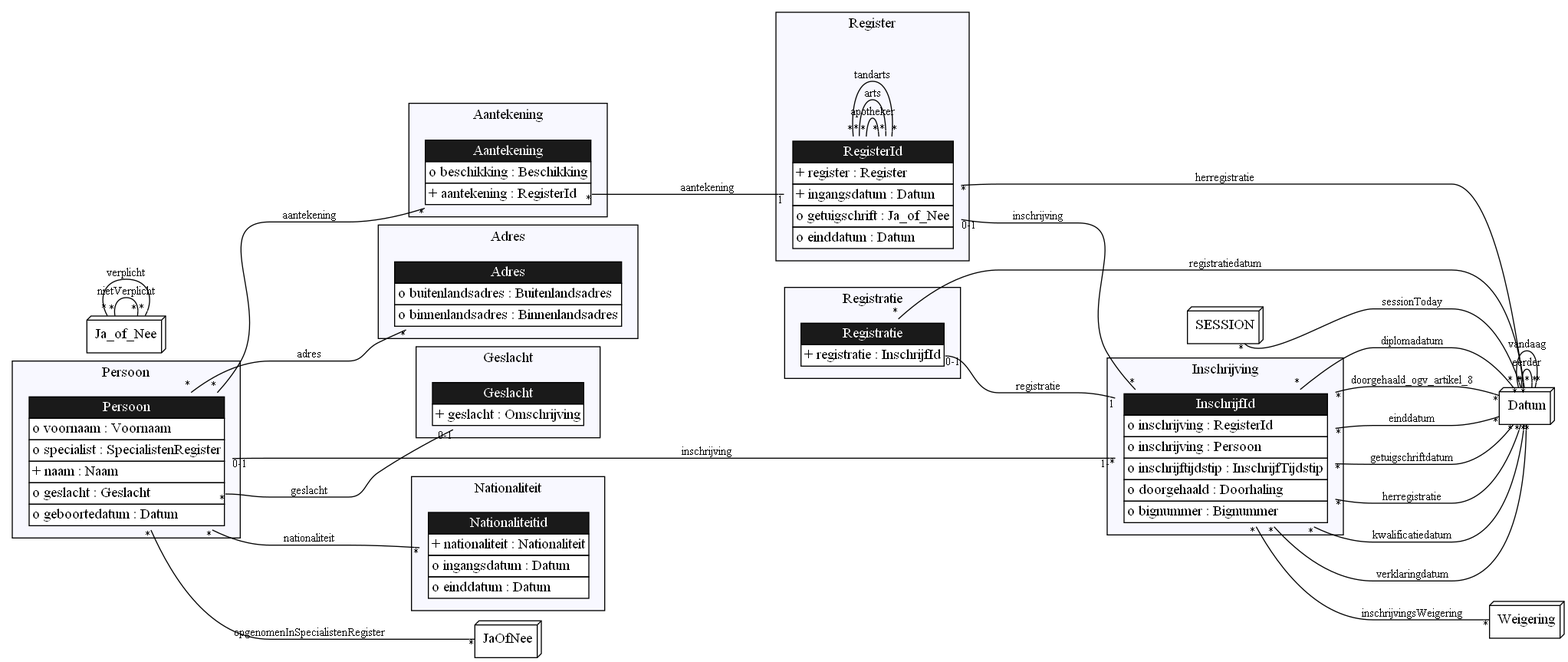
Earlier version of the Graphviz export docs/images/LogicalDataModel_Grouped_By_Pattern.png (gedelaar/BIG). Its source is kept beside it as docs/images/LogicalDataModel_Grouped_By_Pattern.gv. The source it was exported from:
```dot
digraph {
	graph [bgcolor=white,
		rankdir=LR
	];
	node [label="\N"];
	edge [fontsize=11,
		minlen=4
	];
	subgraph cluster_Inschrijving {
		graph [bgcolor=ghostwhite,
			label=Inschrijving
		];
		InschrijfId	[color=purple,
			label=<<TABLE BGCOLOR="white" COLOR="black" BORDER="0" CELLBORDER="1" CELLSPACING="0"><TR><TD BGCOLOR="gray10" COLOR="black"><FONT COLOR="white">InschrijfId</FONT></TD></TR><TR><TD ALIGN="LEFT" PORT="inschrijving">o inschrijving : RegisterId</TD></TR><TR><TD ALIGN="LEFT" PORT="inschrijving">o inschrijving : Persoon</TD></TR><TR><TD ALIGN="LEFT" PORT="inschrijftijdstip">o inschrijftijdstip : InschrijfTijdstip</TD></TR><TR><TD ALIGN="LEFT" PORT="doorgehaald">o doorgehaald : Doorhaling</TD></TR><TR><TD ALIGN="LEFT" PORT="bignummer">o bignummer : Bignummer</TD></TR></TABLE>>,
			shape=plaintext];
	}
	subgraph cluster_Aantekening {
		graph [bgcolor=ghostwhite,
			label=Aantekening
		];
		Aantekening	[color=purple,
			label=<<TABLE BGCOLOR="white" COLOR="black" BORDER="0" CELLBORDER="1" CELLSPACING="0"><TR><TD BGCOLOR="gray10" COLOR="black"><FONT COLOR="white">Aantekening</FONT></TD></TR><TR><TD ALIGN="LEFT" PORT="beschikking">o beschikking : Beschikking</TD></TR><TR><TD ALIGN="LEFT" PORT="aantekening">+ aantekening : RegisterId</TD></TR></TABLE>>,
			shape=plaintext];
	}
	subgraph cluster_Adres {
		graph [bgcolor=ghostwhite,
			label=Adres
		];
		Adres	[color=purple,
			label=<<TABLE BGCOLOR="white" COLOR="black" BORDER="0" CELLBORDER="1" CELLSPACING="0"><TR><TD BGCOLOR="gray10" COLOR="black"><FONT COLOR="white">Adres</FONT></TD></TR><TR><TD ALIGN="LEFT" PORT="buitenlandsadres">o buitenlandsadres : Buitenlandsadres</TD></TR><TR><TD ALIGN="LEFT" PORT="binnenlandsadres">o binnenlandsadres : Binnenlandsadres</TD></TR></TABLE>>,
			shape=plaintext];
	}
	subgraph cluster_Geslacht {
		graph [bgcolor=ghostwhite,
			label=Geslacht
		];
		Geslacht	[color=purple,
			label=<<TABLE BGCOLOR="white" COLOR="black" BORDER="0" CELLBORDER="1" CELLSPACING="0"><TR><TD BGCOLOR="gray10" COLOR="black"><FONT COLOR="white">Geslacht</FONT></TD></TR><TR><TD ALIGN="LEFT" PORT="geslacht">+ geslacht : Omschrijving</TD></TR></TABLE>>,
			shape=plaintext];
	}
	subgraph cluster_Register {
		graph [bgcolor=ghostwhite,
			label=Register
		];
		RegisterId	[color=purple,
			label=<<TABLE BGCOLOR="white" COLOR="black" BORDER="0" CELLBORDER="1" CELLSPACING="0"><TR><TD BGCOLOR="gray10" COLOR="black"><FONT COLOR="white">RegisterId</FONT></TD></TR><TR><TD ALIGN="LEFT" PORT="register">+ register : Register</TD></TR><TR><TD ALIGN="LEFT" PORT="ingangsdatum">+ ingangsdatum : Datum</TD></TR><TR><TD ALIGN="LEFT" PORT="getuigschrift">o getuigschrift : Ja_of_Nee</TD></TR><TR><TD ALIGN="LEFT" PORT="einddatum">o einddatum : Datum</TD></TR></TABLE>>,
			shape=plaintext];
		RegisterId:apotheker -> RegisterId	[arrowhead=onone,
			headlabel="*",
			label=apotheker,
			labelfloat=true,
			taillabel="*"];
		RegisterId:arts -> RegisterId	[arrowhead=onone,
			headlabel="*",
			label=arts,
			labelfloat=true,
			taillabel="*"];
		RegisterId:tandarts -> RegisterId	[arrowhead=onone,
			headlabel="*",
			label=tandarts,
			labelfloat=true,
			taillabel="*"];
	}
	subgraph cluster_Persoon {
		graph [bgcolor=ghostwhite,
			label=Persoon
		];
		Persoon	[color=purple,
			label=<<TABLE BGCOLOR="white" COLOR="black" BORDER="0" CELLBORDER="1" CELLSPACING="0"><TR><TD BGCOLOR="gray10" COLOR="black"><FONT COLOR="white">Persoon</FONT></TD></TR><TR><TD ALIGN="LEFT" PORT="voornaam">o voornaam : Voornaam</TD></TR><TR><TD ALIGN="LEFT" PORT="specialist">o specialist : SpecialistenRegister</TD></TR><TR><TD ALIGN="LEFT" PORT="naam">+ naam : Naam</TD></TR><TR><TD ALIGN="LEFT" PORT="geslacht">o geslacht : Geslacht</TD></TR><TR><TD ALIGN="LEFT" PORT="geboortedatum">o geboortedatum : Datum</TD></TR></TABLE>>,
			shape=plaintext];
	}
	subgraph cluster_Registratie {
		graph [bgcolor=ghostwhite,
			label=Registratie
		];
		Registratie	[color=purple,
			label=<<TABLE BGCOLOR="white" COLOR="black" BORDER="0" CELLBORDER="1" CELLSPACING="0"><TR><TD BGCOLOR="gray10" COLOR="black"><FONT COLOR="white">Registratie</FONT></TD></TR><TR><TD ALIGN="LEFT" PORT="registratie">+ registratie : InschrijfId</TD></TR></TABLE>>,
			shape=plaintext];
	}
	subgraph cluster_Nationaliteit {
		graph [bgcolor=ghostwhite,
			label=Nationaliteit
		];
		Nationaliteitid	[color=purple,
			label=<<TABLE BGCOLOR="white" COLOR="black" BORDER="0" CELLBORDER="1" CELLSPACING="0"><TR><TD BGCOLOR="gray10" COLOR="black"><FONT COLOR="white">Nationaliteitid</FONT></TD></TR><TR><TD ALIGN="LEFT" PORT="nationaliteit">+ nationaliteit : Nationaliteit</TD></TR><TR><TD ALIGN="LEFT" PORT="ingangsdatum">o ingangsdatum : Datum</TD></TR><TR><TD ALIGN="LEFT" PORT="einddatum">o einddatum : Datum</TD></TR></TABLE>>,
			shape=plaintext];
	}
	Aantekening:aantekening -> RegisterId	[arrowhead=onone,
		headlabel=1,
		label=aantekening,
		labelfloat=true,
		taillabel="*"];
	Datum	[label=Datum,
		shape=box3d];
	InschrijfId:diplomadatum -> Datum	[arrowhead=onone,
		headlabel="*",
		label=diplomadatum,
		labelfloat=true,
		taillabel="*"];
	InschrijfId:doorgehaald_ogv_artikel_8 -> Datum	[arrowhead=onone,
		headlabel="*",
		label=doorgehaald_ogv_artikel_8,
		labelfloat=true,
		taillabel="*"];
	InschrijfId:einddatum -> Datum	[arrowhead=onone,
		headlabel="*",
		label=einddatum,
		labelfloat=true,
		taillabel="*"];
	InschrijfId:getuigschriftdatum -> Datum	[arrowhead=onone,
		headlabel="*",
		label=getuigschriftdatum,
		labelfloat=true,
		taillabel="*"];
	InschrijfId:herregistratie -> Datum	[arrowhead=onone,
		headlabel="*",
		label=herregistratie,
		labelfloat=true,
		taillabel="*"];
	InschrijfId:kwalificatiedatum -> Datum	[arrowhead=onone,
		headlabel="*",
		label=kwalificatiedatum,
		labelfloat=true,
		taillabel="*"];
	InschrijfId:verklaringdatum -> Datum	[arrowhead=onone,
		headlabel="*",
		label=verklaringdatum,
		labelfloat=true,
		taillabel="*"];
	Weigering	[label=Weigering,
		shape=box3d];
	InschrijfId:inschrijvingsWeigering -> Weigering	[arrowhead=onone,
		headlabel="*",
		label=inschrijvingsWeigering,
		labelfloat=true,
		taillabel="*"];
	Persoon:aantekening -> Aantekening	[arrowhead=onone,
		headlabel="*",
		label=aantekening,
		labelfloat=true,
		taillabel="*"];
	Persoon:adres -> Adres	[arrowhead=onone,
		headlabel="*",
		label=adres,
		labelfloat=true,
		taillabel="*"];
	Persoon:geslacht -> Geslacht	[arrowhead=onone,
		headlabel="0-1",
		label=geslacht,
		labelfloat=true,
		taillabel="*"];
	Persoon:inschrijving -> InschrijfId	[arrowhead=onone,
		headlabel="1-*",
		label=inschrijving,
		labelfloat=true,
		taillabel="0-1"];
	Persoon:nationaliteit -> Nationaliteitid	[arrowhead=onone,
		headlabel="*",
		label=nationaliteit,
		labelfloat=true,
		taillabel="*"];
	JaOfNee	[label=JaOfNee,
		shape=box3d];
	Persoon:opgenomenInSpecialistenRegister -> JaOfNee	[arrowhead=onone,
		headlabel="*",
		label=opgenomenInSpecialistenRegister,
		labelfloat=true,
		taillabel="*"];
	RegisterId:inschrijving -> InschrijfId	[arrowhead=onone,
		headlabel="*",
		label=inschrijving,
		labelfloat=true,
		taillabel="0-1"];
	RegisterId:herregistratie -> Datum	[arrowhead=onone,
		headlabel="*",
		label=herregistratie,
		labelfloat=true,
		taillabel="*"];
	Registratie:registratie -> InschrijfId	[arrowhead=onone,
		headlabel=1,
		label=registratie,
		labelfloat=true,
		taillabel="0-1"];
	Registratie:registratiedatum -> Datum	[arrowhead=onone,
		headlabel="*",
		label=registratiedatum,
		labelfloat=true,
		taillabel="*"];
	Datum:eerder -> Datum	[arrowhead=onone,
		headlabel="*",
		label=eerder,
		labelfloat=true,
		taillabel="*"];
	Datum:vandaag -> Datum	[arrowhead=onone,
		headlabel="*",
		label=vandaag,
		labelfloat=true,
		taillabel="*"];
	Ja_of_Nee	[label=Ja_of_Nee,
		shape=box3d];
	Ja_of_Nee:nietVerplicht -> Ja_of_Nee	[arrowhead=onone,
		headlabel="*",
		label=nietVerplicht,
		labelfloat=true,
		taillabel="*"];
	Ja_of_Nee:verplicht -> Ja_of_Nee	[arrowhead=onone,
		headlabel="*",
		label=verplicht,
		labelfloat=true,
		taillabel="*"];
	SESSION	[label=SESSION,
		shape=box3d];
	SESSION:sessionToday -> Datum	[arrowhead=onone,
		headlabel="*",
		label=sessionToday,
		labelfloat=true,
		taillabel="*"];
}
```
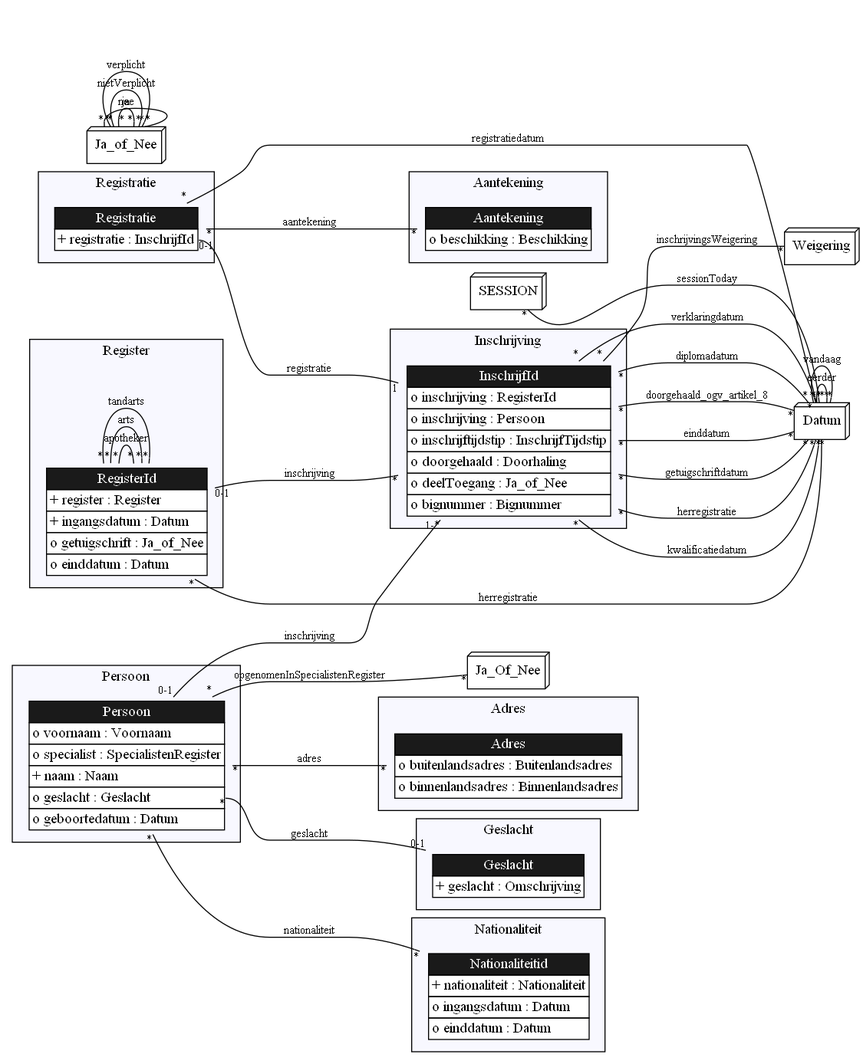
After the change.

Diff of the diagram source:
```diff
@@ -6,28 +6,28 @@
 	edge [fontsize=11,
 		minlen=4
 	];
+	subgraph cluster_Aantekening {
+		graph [bgcolor=ghostwhite,
+			label=Aantekening
+		];
+		Aantekening	[color=purple,
+			label=<<TABLE BGCOLOR="white" COLOR="black" BORDER="0" CELLBORDER="1" CELLSPACING="0"><TR><TD BGCOLOR="gray10" COLOR="black"><FONT COLOR="white">Aantekening</FONT></TD></TR><TR><TD ALIGN="LEFT" PORT="beschikking">o beschikking : Beschikking</TD></TR></TABLE>>,
+			shape=plaintext];
+	}
 	subgraph cluster_Inschrijving {
 		graph [bgcolor=ghostwhite,
 			label=Inschrijving
 		];
 		InschrijfId	[color=purple,
-			label=<<TABLE BGCOLOR="white" COLOR="black" BORDER="0" CELLBORDER="1" CELLSPACING="0"><TR><TD BGCOLOR="gray10" COLOR="black"><FONT COLOR="white">InschrijfId</FONT></TD></TR><TR><TD ALIGN="LEFT" PORT="inschrijving">o inschrijving : RegisterId</TD></TR><TR><TD ALIGN="LEFT" PORT="inschrijving">o inschrijving : Persoon</TD></TR><TR><TD ALIGN="LEFT" PORT="inschrijftijdstip">o inschrijftijdstip : InschrijfTijdstip</TD></TR><TR><TD ALIGN="LEFT" PORT="doorgehaald">o doorgehaald : Doorhaling</TD></TR><TR><TD ALIGN="LEFT" PORT="bignummer">o bignummer : Bignummer</TD></TR></TABLE>>,
+			label=<<TABLE BGCOLOR="white" COLOR="black" BORDER="0" CELLBORDER="1" CELLSPACING="0"><TR><TD BGCOLOR="gray10" COLOR="black"><FONT COLOR="white">InschrijfId</FONT></TD></TR><TR><TD ALIGN="LEFT" PORT="inschrijving">o inschrijving : RegisterId</TD></TR><TR><TD ALIGN="LEFT" PORT="inschrijving">o inschrijving : Persoon</TD></TR><TR><TD ALIGN="LEFT" PORT="inschrijftijdstip">o inschrijftijdstip : InschrijfTijdstip</TD></TR><TR><TD ALIGN="LEFT" PORT="doorgehaald">o doorgehaald : Doorhaling</TD></TR><TR><TD ALIGN="LEFT" PORT="deelToegang">o deelToegang : Ja_of_Nee</TD></TR><TR><TD ALIGN="LEFT" PORT="bignummer">o bignummer : Bignummer</TD></TR></TABLE>>,
 			shape=plaintext];
 	}
-	subgraph cluster_Aantekening {
+	subgraph cluster_Persoon {
 		graph [bgcolor=ghostwhite,
-			label=Aantekening
+			label=Persoon
 		];
-		Aantekening	[color=purple,
-			label=<<TABLE BGCOLOR="white" COLOR="black" BORDER="0" CELLBORDER="1" CELLSPACING="0"><TR><TD BGCOLOR="gray10" COLOR="black"><FONT COLOR="white">Aantekening</FONT></TD></TR><TR><TD ALIGN="LEFT" PORT="beschikking">o beschikking : Beschikking</TD></TR><TR><TD ALIGN="LEFT" PORT="aantekening">+ aantekening : RegisterId</TD></TR></TABLE>>,
-			shape=plaintext];
-	}
-	subgraph cluster_Adres {
-		graph [bgcolor=ghostwhite,
-			label=Adres
-		];
-		Adres	[color=purple,
-			label=<<TABLE BGCOLOR="white" COLOR="black" BORDER="0" CELLBORDER="1" CELLSPACING="0"><TR><TD BGCOLOR="gray10" COLOR="black"><FONT COLOR="white">Adres</FONT></TD></TR><TR><TD ALIGN="LEFT" PORT="buitenlandsadres">o buitenlandsadres : Buitenlandsadres</TD></TR><TR><TD ALIGN="LEFT" PORT="binnenlandsadres">o binnenlandsadres : Binnenlandsadres</TD></TR></TABLE>>,
+		Persoon	[color=purple,
+			label=<<TABLE BGCOLOR="white" COLOR="black" BORDER="0" CELLBORDER="1" CELLSPACING="0"><TR><TD BGCOLOR="gray10" COLOR="black"><FONT COLOR="white">Persoon</FONT></TD></TR><TR><TD ALIGN="LEFT" PORT="voornaam">o voornaam : Voornaam</TD></TR><TR><TD ALIGN="LEFT" PORT="specialist">o specialist : SpecialistenRegister</TD></TR><TR><TD ALIGN="LEFT" PORT="naam">+ naam : Naam</TD></TR><TR><TD ALIGN="LEFT" PORT="geslacht">o geslacht : Geslacht</TD></TR><TR><TD ALIGN="LEFT" PORT="geboortedatum">o geboortedatum : Datum</TD></TR></TABLE>>,
 			shape=plaintext];
 	}
 	subgraph cluster_Geslacht {
@@ -61,12 +61,12 @@
 			labelfloat=true,
 			taillabel="*"];
 	}
-	subgraph cluster_Persoon {
+	subgraph cluster_Adres {
 		graph [bgcolor=ghostwhite,
-			label=Persoon
+			label=Adres
 		];
-		Persoon	[color=purple,
-			label=<<TABLE BGCOLOR="white" COLOR="black" BORDER="0" CELLBORDER="1" CELLSPACING="0"><TR><TD BGCOLOR="gray10" COLOR="black"><FONT COLOR="white">Persoon</FONT></TD></TR><TR><TD ALIGN="LEFT" PORT="voornaam">o voornaam : Voornaam</TD></TR><TR><TD ALIGN="LEFT" PORT="specialist">o specialist : SpecialistenRegister</TD></TR><TR><TD ALIGN="LEFT" PORT="naam">+ naam : Naam</TD></TR><TR><TD ALIGN="LEFT" PORT="geslacht">o geslacht : Geslacht</TD></TR><TR><TD ALIGN="LEFT" PORT="geboortedatum">o geboortedatum : Datum</TD></TR></TABLE>>,
+		Adres	[color=purple,
+			label=<<TABLE BGCOLOR="white" COLOR="black" BORDER="0" CELLBORDER="1" CELLSPACING="0"><TR><TD BGCOLOR="gray10" COLOR="black"><FONT COLOR="white">Adres</FONT></TD></TR><TR><TD ALIGN="LEFT" PORT="buitenlandsadres">o buitenlandsadres : Buitenlandsadres</TD></TR><TR><TD ALIGN="LEFT" PORT="binnenlandsadres">o binnenlandsadres : Binnenlandsadres</TD></TR></TABLE>>,
 			shape=plaintext];
 	}
 	subgraph cluster_Registratie {
@@ -85,11 +85,6 @@
 			label=<<TABLE BGCOLOR="white" COLOR="black" BORDER="0" CELLBORDER="1" CELLSPACING="0"><TR><TD BGCOLOR="gray10" COLOR="black"><FONT COLOR="white">Nationaliteitid</FONT></TD></TR><TR><TD ALIGN="LEFT" PORT="nationaliteit">+ nationaliteit : Nationaliteit</TD></TR><TR><TD ALIGN="LEFT" PORT="ingangsdatum">o ingangsdatum : Datum</TD></TR><TR><TD ALIGN="LEFT" PORT="einddatum">o einddatum : Datum</TD></TR></TABLE>>,
 			shape=plaintext];
 	}
-	Aantekening:aantekening -> RegisterId	[arrowhead=onone,
-		headlabel=1,
-		label=aantekening,
-		labelfloat=true,
-		taillabel="*"];
 	Datum	[label=Datum,
 		shape=box3d];
 	InschrijfId:diplomadatum -> Datum	[arrowhead=onone,
@@ -134,11 +129,6 @@
 		label=inschrijvingsWeigering,
 		labelfloat=true,
 		taillabel="*"];
-	Persoon:aantekening -> Aantekening	[arrowhead=onone,
-		headlabel="*",
-		label=aantekening,
-		labelfloat=true,
-		taillabel="*"];
 	Persoon:adres -> Adres	[arrowhead=onone,
 		headlabel="*",
 		label=adres,
@@ -159,9 +149,9 @@
 		label=nationaliteit,
 		labelfloat=true,
 		taillabel="*"];
-	JaOfNee	[label=JaOfNee,
+	Ja_Of_Nee	[label=Ja_Of_Nee,
 		shape=box3d];
-	Persoon:opgenomenInSpecialistenRegister -> JaOfNee	[arrowhead=onone,
+	Persoon:opgenomenInSpecialistenRegister -> Ja_Of_Nee	[arrowhead=onone,
 		headlabel="*",
 		label=opgenomenInSpecialistenRegister,
 		labelfloat=true,
@@ -174,6 +164,11 @@
 	RegisterId:herregistratie -> Datum	[arrowhead=onone,
 		headlabel="*",
 		label=herregistratie,
+		labelfloat=true,
+		taillabel="*"];
+	Registratie:aantekening -> Aantekening	[arrowhead=onone,
+		headlabel="*",
+		label=aantekening,
 		labelfloat=true,
 		taillabel="*"];
 	Registratie:registratie -> InschrijfId	[arrowhead=onone,
@@ -198,6 +193,16 @@
 		taillabel="*"];
 	Ja_of_Nee	[label=Ja_of_Nee,
 		shape=box3d];
+	Ja_of_Nee:ja -> Ja_of_Nee	[arrowhead=onone,
+		headlabel="*",
+		label=ja,
+		labelfloat=true,
+		taillabel="*"];
+	Ja_of_Nee:nee -> Ja_of_Nee	[arrowhead=onone,
+		headlabel="*",
+		label=nee,
+		labelfloat=true,
+		taillabel="*"];
 	Ja_of_Nee:nietVerplicht -> Ja_of_Nee	[arrowhead=onone,
 		headlabel="*",
 		label=nietVerplicht,
```
